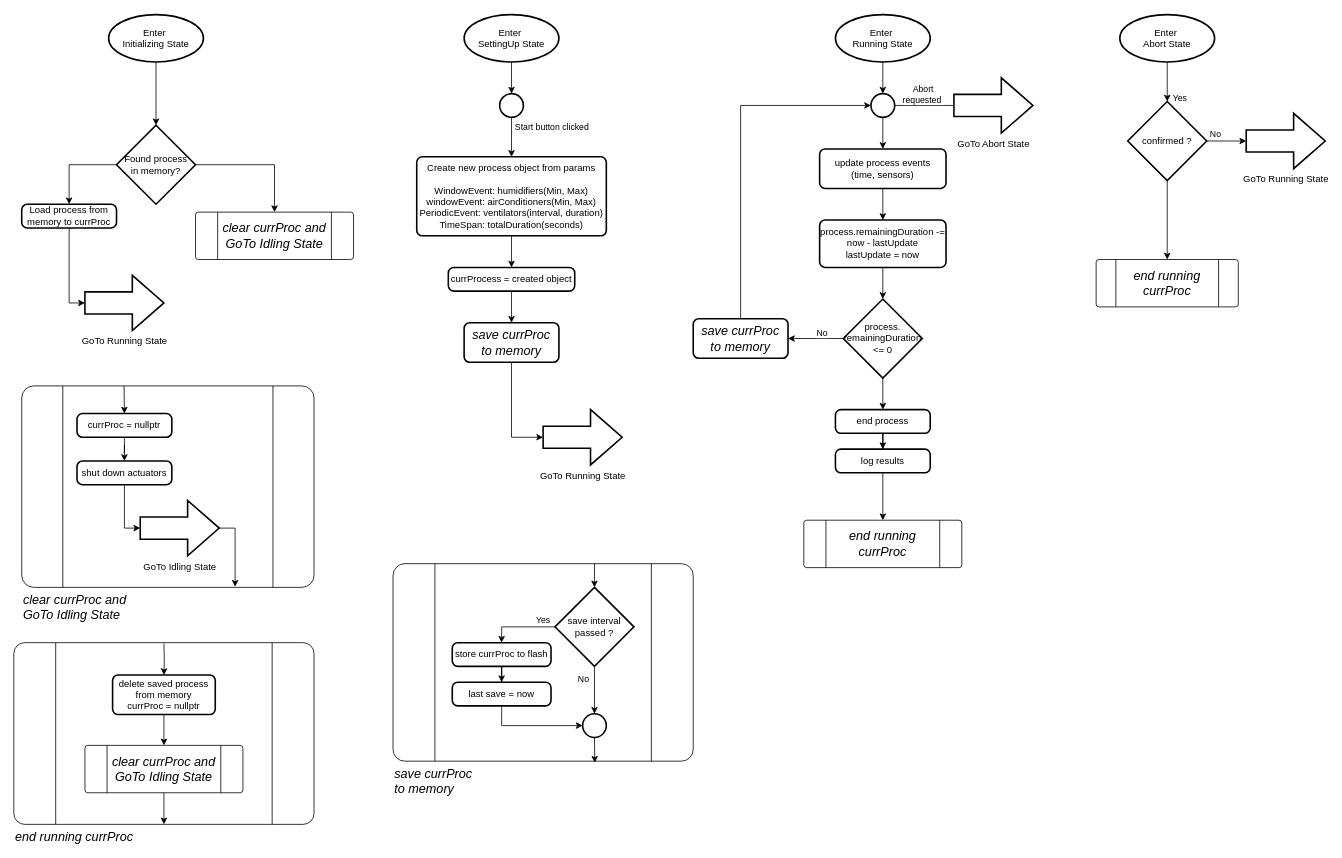
Before: page "Process liftime flowchart" (10 of 10) of Documents/SmartSprouter_SystemFlow.drawio in EhudVardi/SmartSprouter, a draw.io diagram. Source tidied: cells renumbered, new cells numbered last; positions are measured from the earlier drawing's top-left corner, leaving out a move shared by most shapes. Both pictures are drawn from the tidied source at 79%, with x=0, y=0 at pixel (13, 14).
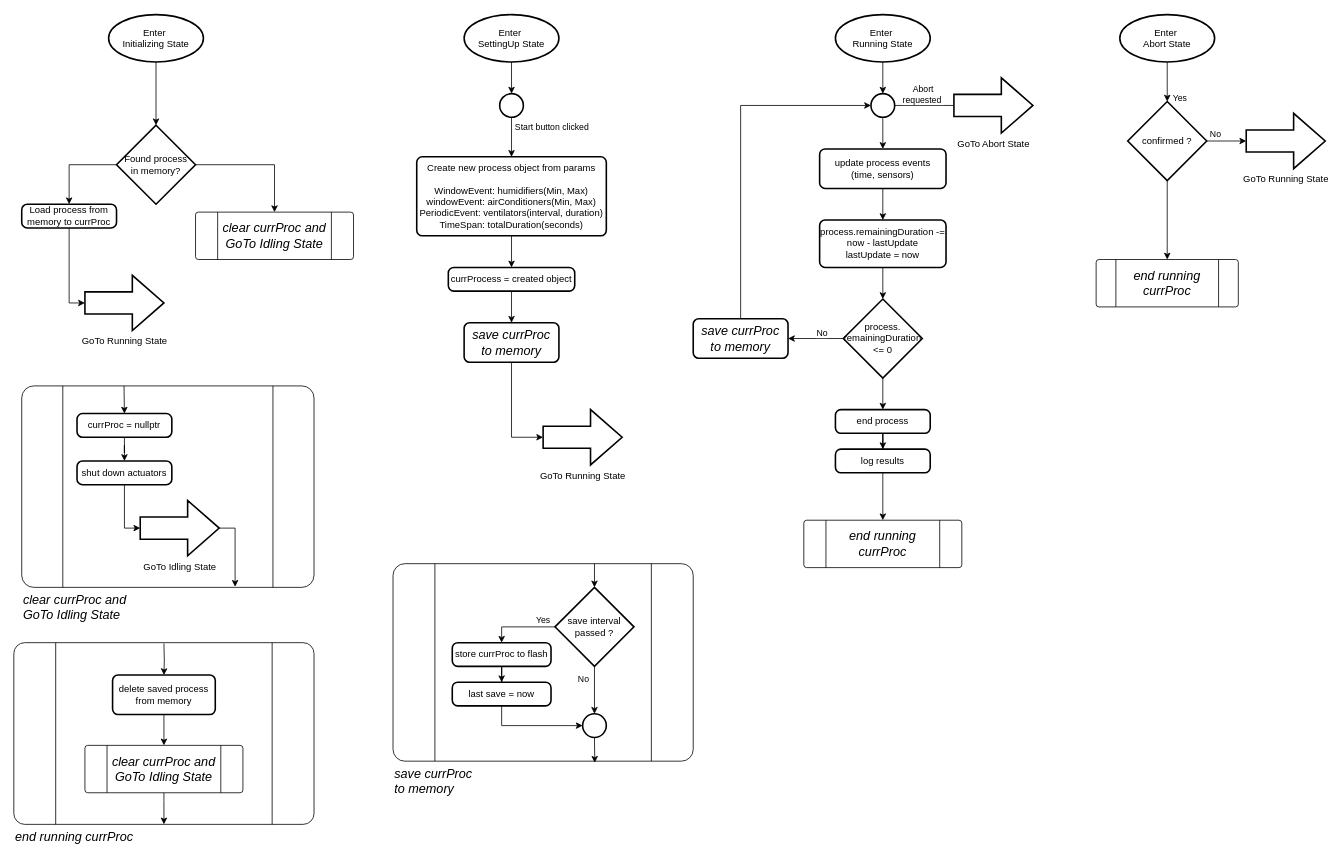
After the change.

Diff of the diagram source:
```diff
@@
-    <mxCell id="75" value="delete saved process from memory&lt;br&gt;currProc = nullptr" style="rounded=1;whiteSpace=wrap;html=1;absoluteArcSize=1;arcSize=14;strokeWidth=2;" parent="1" vertex="1">
+    <mxCell id="75" value="delete saved process from memory" style="rounded=1;whiteSpace=wrap;html=1;absoluteArcSize=1;arcSize=14;strokeWidth=2;" parent="1" vertex="1">
       <mxGeometry x="125" y="836" width="130" height="50" as="geometry" />
     </mxCell>
```
